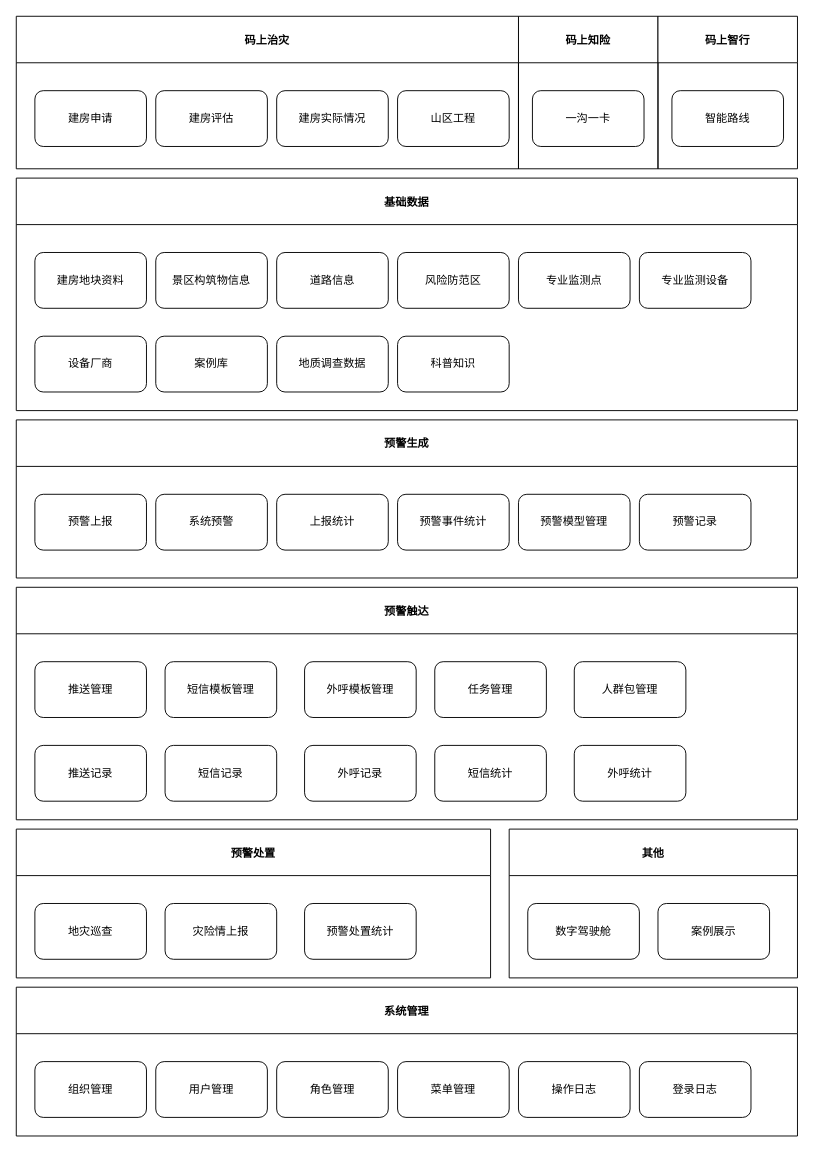
The draw.io diagram 柯城地灾模块设计.drawio in shoacom/docs, before the edit. Source tidied: cells renumbered, new cells numbered last; positions are measured from the earlier drawing's top-left corner, leaving out a move shared by most shapes. Both pictures are drawn from the tidied source at 93%, with x=0, y=0 at pixel (16, 16).
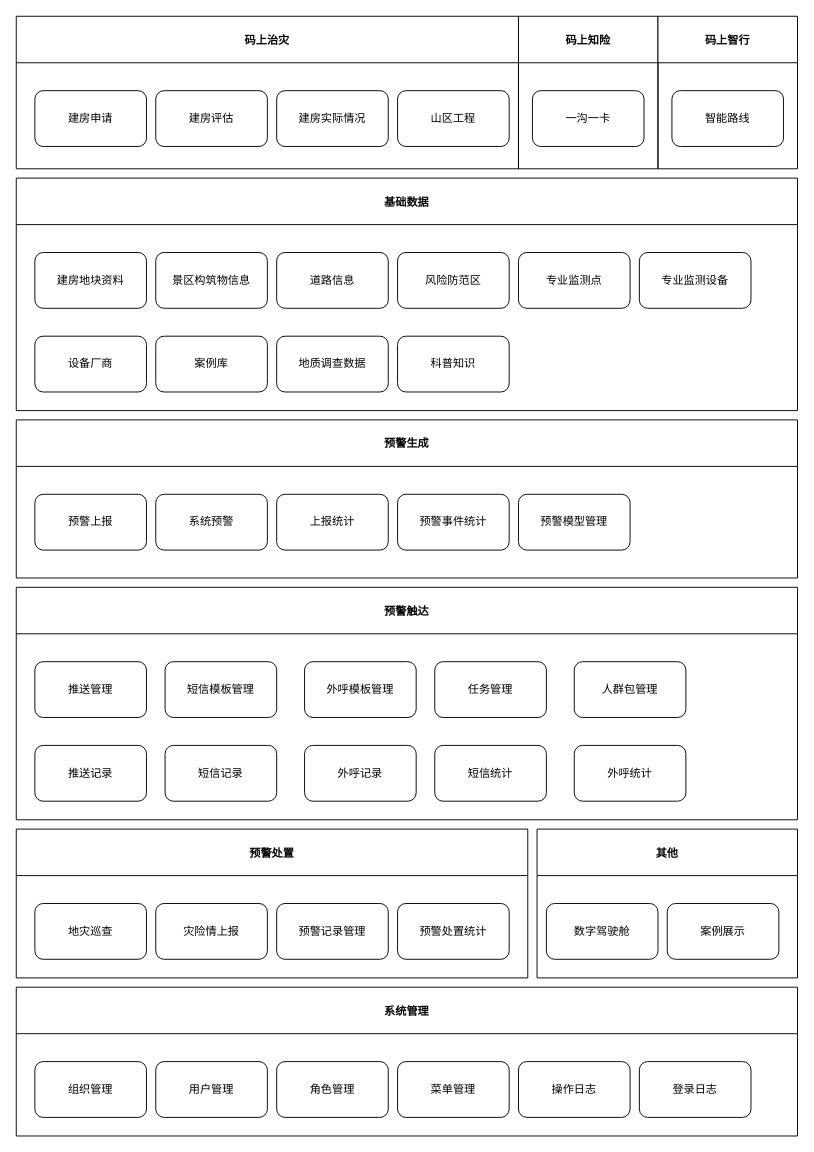
The same page after the edit.

Commit message:
Update 柯城地灾模块设计.drawio

Unchanged cells that the change refers to:
```xml
<mxCell id="15" value="预警生成" style="swimlane;fontColor=default;strokeColor=default;fillColor=default;startSize=50;" parent="1" vertex="1">
  <mxGeometry y="434" width="840" height="170" as="geometry" />
</mxCell>
```

What changed in the source:
```diff
@@
-    <mxCell id="21" value="预警记录" style="rounded=1;whiteSpace=wrap;html=1;labelBackgroundColor=default;fontColor=default;strokeColor=default;fillColor=default;" parent="15" vertex="1">
-      <mxGeometry x="670" y="80" width="120" height="60" as="geometry" />
-    </mxCell>
     <mxCell id="22" value="预警处置" style="swimlane;fontColor=default;strokeColor=default;fillColor=default;startSize=50;" parent="1" vertex="1">
-      <mxGeometry y="874" width="510" height="160" as="geometry" />
+      <mxGeometry y="874" width="550" height="160" as="geometry" />
     </mxCell>
     <mxCell id="23" value="灾险情上报" style="rounded=1;whiteSpace=wrap;html=1;labelBackgroundColor=default;fontColor=default;strokeColor=default;fillColor=default;" parent="22" vertex="1">
-      <mxGeometry x="160" y="80" width="120" height="60" as="geometry" />
+      <mxGeometry x="150" y="80" width="120" height="60" as="geometry" />
     </mxCell>
@@
     <mxCell id="25" value="预警处置统计" style="rounded=1;whiteSpace=wrap;html=1;labelBackgroundColor=default;fontColor=default;strokeColor=default;fillColor=default;" parent="22" vertex="1">
-      <mxGeometry x="310" y="80" width="120" height="60" as="geometry" />
+      <mxGeometry x="410" y="80" width="120" height="60" as="geometry" />
     </mxCell>
+    <mxCell id="21" value="预警记录管理" style="rounded=1;whiteSpace=wrap;html=1;labelBackgroundColor=default;fontColor=default;strokeColor=default;fillColor=default;" parent="22" vertex="1">
+      <mxGeometry x="280" y="80" width="120" height="60" as="geometry" />
+    </mxCell>
     <mxCell id="26" value="其他" style="swimlane;fontColor=default;strokeColor=default;fillColor=default;startSize=50;" parent="1" vertex="1">
-      <mxGeometry x="530" y="874" width="310" height="160" as="geometry" />
+      <mxGeometry x="560" y="874" width="280" height="160" as="geometry" />
     </mxCell>
     <mxCell id="27" value="案例展示" style="rounded=1;whiteSpace=wrap;html=1;labelBackgroundColor=default;fontColor=default;strokeColor=default;fillColor=default;" parent="26" vertex="1">
-      <mxGeometry x="160" y="80" width="120" height="60" as="geometry" />
+      <mxGeometry x="140" y="80" width="120" height="60" as="geometry" />
     </mxCell>
     <mxCell id="28" value="数字驾驶舱" style="rounded=1;whiteSpace=wrap;html=1;labelBackgroundColor=default;fontColor=default;strokeColor=default;fillColor=default;" parent="26" vertex="1">
-      <mxGeometry x="20" y="80" width="120" height="60" as="geometry" />
+      <mxGeometry x="10" y="80" width="120" height="60" as="geometry" />
     </mxCell>
```
